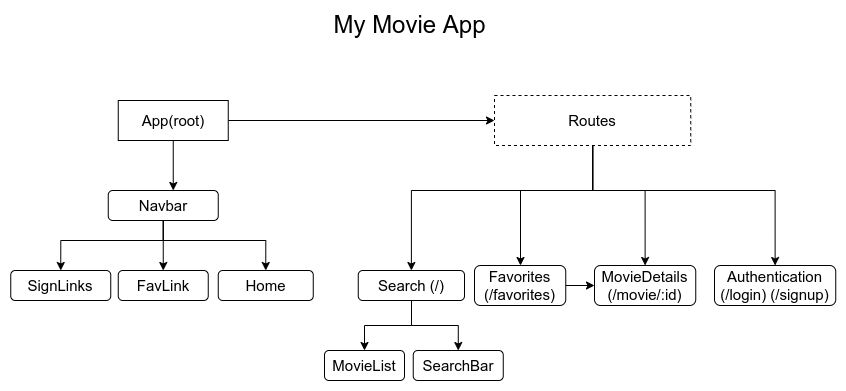
Before: public/flowchart.png, a diagram exported from draw.io (lombana-camilo/fav-movies). Source tidied: cells renumbered, new cells last; positions are measured from the earlier drawing's top-left corner, leaving out a move shared by most shapes.
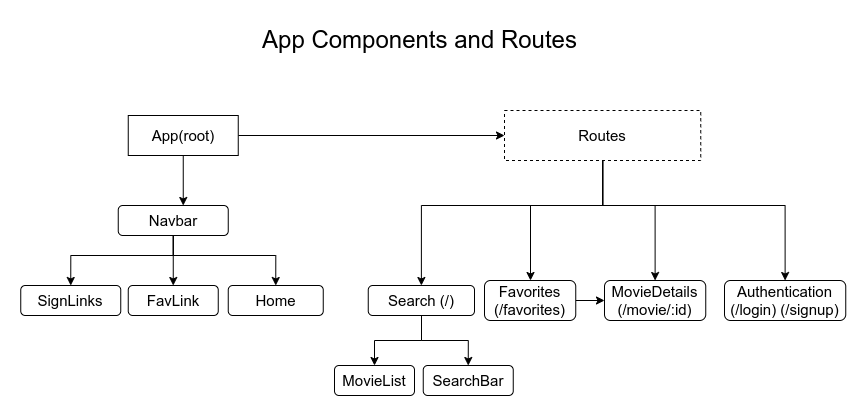
After the change.

Change to the diagram source:
```diff
@@ -2,8 +2,8 @@
   <root>
     <mxCell id="0" />
     <mxCell id="1" parent="0" />
-    <mxCell id="2" value="&lt;font style=&quot;font-size: 24px;&quot;&gt;My Movie App&lt;/font&gt;" style="text;html=1;align=center;verticalAlign=middle;fillColor=none;strokeColor=none;rounded=0;fontSize=24;" parent="1" vertex="1">
-      <mxGeometry x="314" width="170" height="30" as="geometry" />
+    <mxCell id="2" value="App Components and Routes" style="text;html=1;align=center;verticalAlign=middle;fillColor=none;strokeColor=none;rounded=0;fontSize=24;" parent="1" vertex="1">
+      <mxGeometry x="229" y="-5" width="340" height="40" as="geometry" />
     </mxCell>
     <mxCell id="3" style="edgeStyle=orthogonalEdgeStyle;rounded=0;jettySize=auto;html=1;fontSize=15;" parent="1" edge="1" source="5">
       <mxGeometry relative="1" as="geometry">
```
